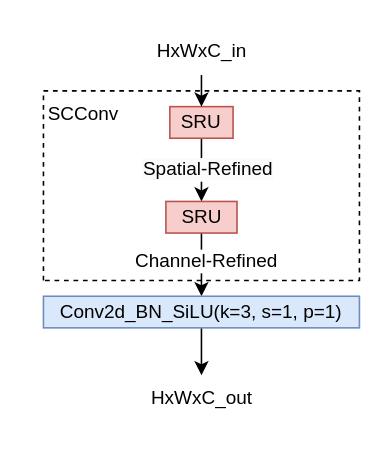
Before: drawio/SCConv.drawio in cvYouTian/Graph-of-Paper, a draw.io diagram. Source tidied: cells renumbered, new cells numbered last; positions are measured from the earlier drawing's top-left corner, leaving out a move shared by most shapes. Both pictures are drawn from the tidied source at 158%, with x=0, y=0 at pixel (27, 27).
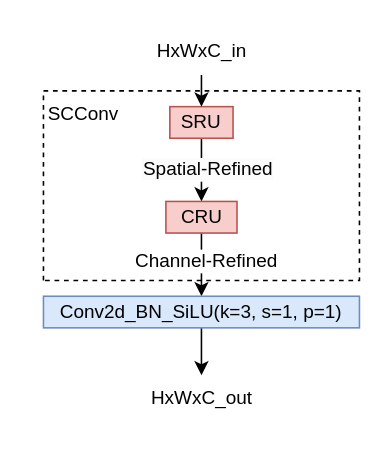
After the change.

Diff of the diagram source:
```diff
@@
 <mxGraphModel>
   <root>
     <mxCell id="0" />
     <mxCell id="1" parent="0" />
     <mxCell id="2" style="edgeStyle=orthogonalEdgeStyle;rounded=0;jettySize=auto;html=1;exitX=0.5;exitY=1;exitDx=0;exitDy=0;" parent="1" edge="1" source="4" target="7">
       <mxGeometry relative="1" as="geometry" />
     </mxCell>
     <mxCell id="3" value="&lt;span style=&quot;color: rgb(0, 0, 0); font-family: Helvetica; font-size: 12px; font-style: normal; font-variant-ligatures: normal; font-variant-caps: normal; font-weight: 400; letter-spacing: normal; orphans: 2; text-align: left; text-indent: 0px; text-transform: none; widows: 2; word-spacing: 0px; -webkit-text-stroke-width: 0px; background-color: rgb(251, 251, 251); text-decoration-thickness: initial; text-decoration-style: initial; text-decoration-color: initial; float: none; display: inline !important;&quot;&gt;Spatial-Refined&lt;/span&gt;" style="edgeLabel;html=1;align=center;verticalAlign=middle;" parent="2" vertex="1">
       <mxGeometry x="-0.07" y="3" relative="1" as="geometry" />
     </mxCell>
     <mxCell id="4" value="SRU" style="rounded=0;whiteSpace=wrap;html=1;fillColor=#f8cecc;strokeColor=#b85450;" parent="1" vertex="1">
       <mxGeometry x="90" y="50" width="40" height="20" as="geometry" />
     </mxCell>
     <mxCell id="5" style="edgeStyle=orthogonalEdgeStyle;rounded=0;jettySize=auto;html=1;exitX=0.5;exitY=1;exitDx=0;exitDy=0;entryX=0.5;entryY=0;entryDx=0;entryDy=0;" parent="1" edge="1" source="7" target="9">
       <mxGeometry relative="1" as="geometry" />
     </mxCell>
     <mxCell id="6" value="&lt;font style=&quot;font-size: 12px;&quot;&gt;Channel-Refined&lt;/font&gt;" style="edgeLabel;html=1;align=center;verticalAlign=middle;" parent="5" vertex="1">
       <mxGeometry x="-0.14" y="2" relative="1" as="geometry" />
     </mxCell>
-    <mxCell id="7" value="SRU" style="rounded=0;whiteSpace=wrap;html=1;fillColor=#f8cecc;strokeColor=#b85450;" parent="1" vertex="1">
+    <mxCell id="7" value="CRU" style="rounded=0;whiteSpace=wrap;html=1;fillColor=#f8cecc;strokeColor=#b85450;" parent="1" vertex="1">
       <mxGeometry x="87.5" y="110" width="45" height="20" as="geometry" />
     </mxCell>
     <mxCell id="8" style="edgeStyle=orthogonalEdgeStyle;rounded=0;jettySize=auto;html=1;exitX=0.5;exitY=1;exitDx=0;exitDy=0;" parent="1" edge="1" source="9">
       <mxGeometry relative="1" as="geometry">
         <mxPoint x="110" y="220" as="targetPoint" />
       </mxGeometry>
     </mxCell>
     <mxCell id="9" value="Conv2d_BN_SiLU(k=3, s=1, p=1)" style="rounded=0;whiteSpace=wrap;html=1;fillColor=#dae8fc;strokeColor=#6c8ebf;" parent="1" vertex="1">
       <mxGeometry x="10" y="170" width="200" height="20" as="geometry" />
     </mxCell>
     <mxCell id="10" style="endArrow=classic;html=1;rounded=0;entryX=0.5;entryY=0;entryDx=0;entryDy=0;" parent="1" edge="1" source="11" target="4">
       <mxGeometry relative="1" as="geometry" />
     </mxCell>
     <mxCell id="11" value="HxWxC_in" style="text;html=1;align=center;verticalAlign=middle;points=[];strokeColor=none;fillColor=none;" parent="1" vertex="1">
       <mxGeometry x="70" width="80" height="30" as="geometry" />
     </mxCell>
     <mxCell id="12" value="HxWxC_out" style="text;html=1;align=center;verticalAlign=middle;strokeColor=none;fillColor=none;" parent="1" vertex="1">
       <mxGeometry x="65" y="220" width="90" height="30" as="geometry" />
     </mxCell>
     <mxCell id="13" style="endArrow=none;dashed=1;html=1;rounded=0;" parent="1" edge="1">
       <mxGeometry relative="1" as="geometry">
         <mxPoint x="10" y="160" as="sourcePoint" />
         <mxPoint x="10" y="160" as="targetPoint" />
         <Array as="points">
           <mxPoint x="10" y="40" />
           <mxPoint x="210" y="40" />
           <mxPoint x="210" y="160" />
         </Array>
       </mxGeometry>
     </mxCell>
     <mxCell id="14" value="SCConv" style="text;html=1;align=center;verticalAlign=middle;strokeColor=none;fillColor=none;" parent="1" vertex="1">
       <mxGeometry y="40" width="70" height="30" as="geometry" />
     </mxCell>
   </root>
 </mxGraphModel>
```
